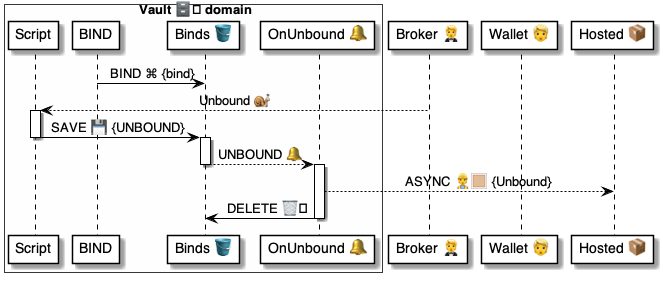
Earlier version of the PlantUML export 4 ⚙️ Solution/41 🎭 Domain Roles/Vaults 🗄️/🗄️🪣 Vault tables/Binds 🔗 table/🪣 Binds/🗄️ Vault.Binds ⚙️ uml.png (pollyweb-org/pollyweb-docs). Its source is kept beside it as 4 ⚙️ Solution/41 🎭 Domain Roles/Vaults 🗄️/🗄️🪣 Vault tables/Binds 🔗 table/🪣 Binds/🗄️ Vault.Binds ⚙️ uml.puml.
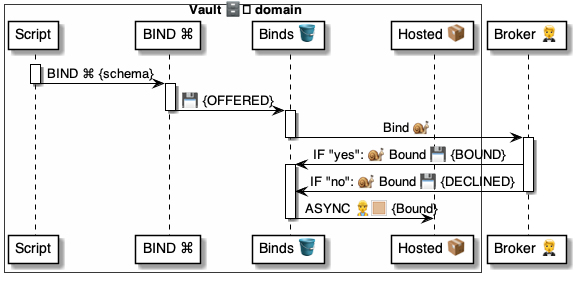
Later version of the same file.

What changed in the source:
```diff
@@ -2,29 +2,32 @@
 
 box Vault 🗄️ domain #FFFFFA
     participant "Script" as script
-    participant "BIND" as cmd
+    participant "BIND ⌘" as cmd
     participant "Binds 🪣" as binds
-    participant "OnUnbound 🔔" as trigger
+    participant "Hosted 📦" as hosted
 end box
 participant "Broker 🤵" as broker
-participant "Wallet 👱" as wallet
-participant "Hosted 📦" as hosted
 
-cmd -> binds: BIND ⌘ {bind}
-broker --> script: Unbound 🐌
 
 activate script
-    script -> binds: SAVE 💾 {UNBOUND}
+    script -> cmd: BIND ⌘ {schema}
 deactivate script
 
+activate cmd
+    cmd -> binds: 💾 {OFFERED}
+deactivate cmd
+
 activate binds
-    binds --> trigger: UNBOUND 🔔
+    binds -> broker: Bind 🐌
 deactivate binds
 
-activate trigger
-    trigger --> hosted: ASYNC 👷🏼 {Unbound}
-    trigger -> binds: DELETE 🗑️
-deactivate trigger
+activate broker
+    broker -> binds: IF "yes": 🐌 Bound 💾 {BOUND}
+activate binds
+    broker -> binds: IF "no": 🐌 Bound 💾 {DECLINED}
+deactivate broker
 
+    binds -> hosted: ASYNC 👷🏼 {Bound}
+deactivate binds
 
 @enduml
```
